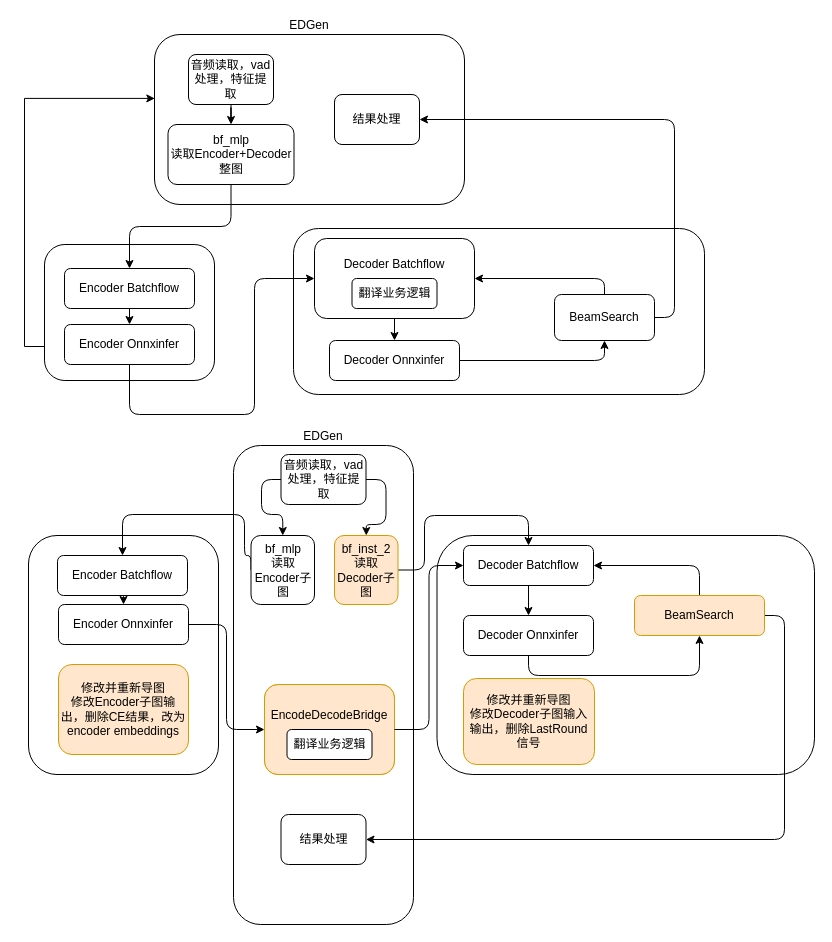
Earlier version of the draw.io diagram Image/多语种同传大模型encode-decode拆分新解决方案.drawio (jcchouz/ImageHosting). Source tidied: cells renumbered, new cells numbered last; positions are measured from the earlier drawing's top-left corner, leaving out a move shared by most shapes. Both pictures are drawn from the tidied source at 100%, with x=0, y=0 at pixel (28, 34).
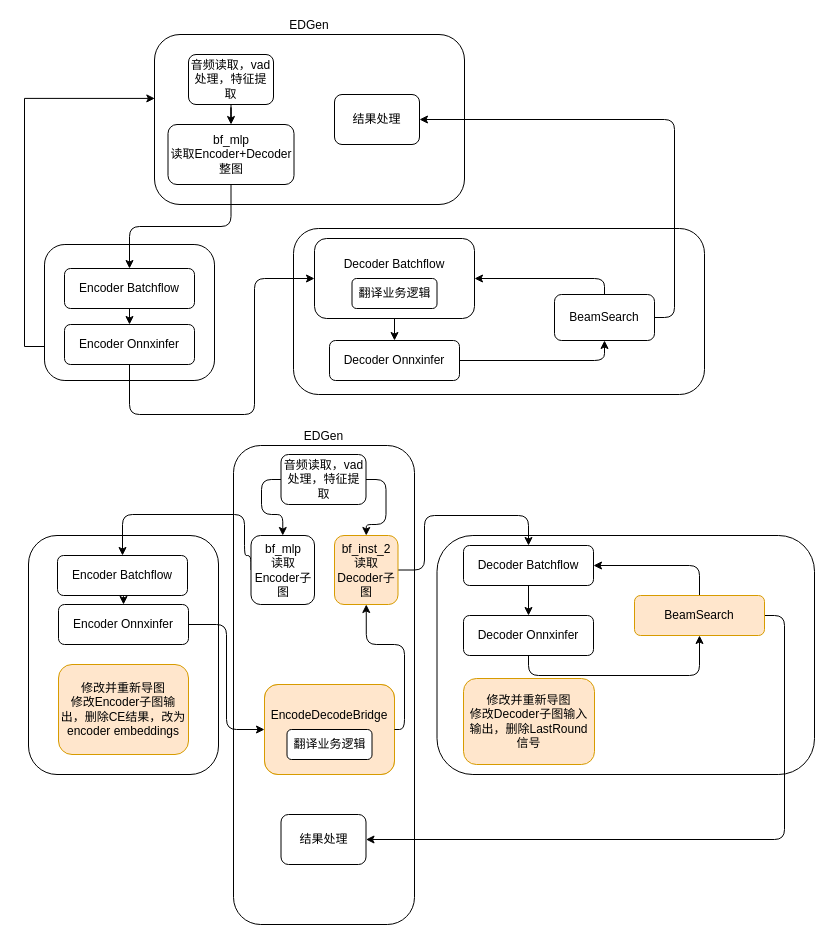
The same page after the edit.

Commit message:
Update 多语种同传大模型encode-decode拆分新解决方案.drawio

The change refers to these unchanged cells:
```xml
<mxCell id="24" value="Decoder Batchflow" style="rounded=1;whiteSpace=wrap;html=1;" parent="1" vertex="1">
  <mxGeometry x="435" y="511" width="130" height="40" as="geometry" />
</mxCell>
<mxCell id="43" value="EncodeDecodeBridge&lt;div&gt;&lt;br&gt;&lt;/div&gt;&lt;div&gt;&lt;br&gt;&lt;/div&gt;" style="rounded=1;whiteSpace=wrap;html=1;fillColor=#ffe6cc;strokeColor=#d79b00;" parent="42" vertex="1">
  <mxGeometry width="130" height="90" as="geometry" />
</mxCell>
<mxCell id="49" value="bf_inst_2&lt;div&gt;读取Decoder子图&lt;/div&gt;" style="rounded=1;whiteSpace=wrap;html=1;fillColor=#ffe6cc;strokeColor=#d79b00;" parent="1" vertex="1">
  <mxGeometry x="306" y="501" width="63.5" height="69" as="geometry" />
</mxCell>
```

Change to the diagram source:
```diff
@@
     <mxCell id="18" value="EDGen" style="rounded=1;whiteSpace=wrap;html=1;labelPosition=center;verticalLabelPosition=top;align=center;verticalAlign=bottom;" parent="1" vertex="1">
-      <mxGeometry x="205" y="411" width="180" height="479" as="geometry" />
+      <mxGeometry x="205" y="411" width="181" height="479" as="geometry" />
     </mxCell>
@@
-    <mxCell id="47" style="edgeStyle=orthogonalEdgeStyle;rounded=1;jettySize=auto;html=1;exitX=1;exitY=0.5;exitDx=0;exitDy=0;entryX=0;entryY=0.5;entryDx=0;entryDy=0;" parent="1" edge="1" source="43" target="24">
-      <mxGeometry relative="1" as="geometry" />
+    <mxCell id="47" style="edgeStyle=orthogonalEdgeStyle;rounded=1;jettySize=auto;html=1;exitX=1;exitY=0.5;exitDx=0;exitDy=0;entryX=0.5;entryY=1;entryDx=0;entryDy=0;" parent="1" edge="1" source="43" target="49">
+      <mxGeometry relative="1" as="geometry">
+        <Array as="points">
+          <mxPoint x="376" y="695" />
+          <mxPoint x="376" y="610" />
+          <mxPoint x="338" y="610" />
+        </Array>
+      </mxGeometry>
     </mxCell>
```
